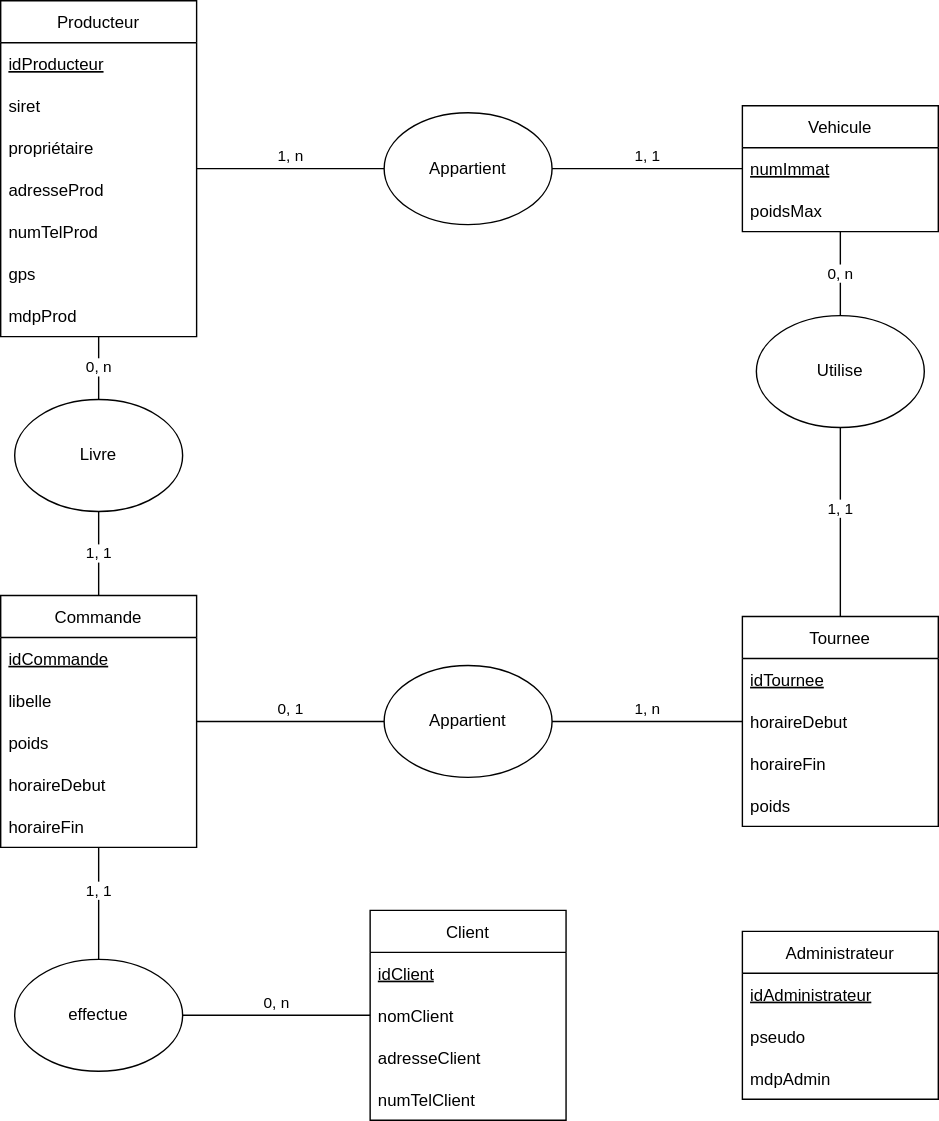
The draw.io diagram MCD/MCD.svg in g4bey/Gestionnaire-Distribution-Agricoles, before a commit. Source tidied: cells renumbered, new cells last; positions are measured from the earlier drawing's top-left corner, leaving out a move shared by most shapes.
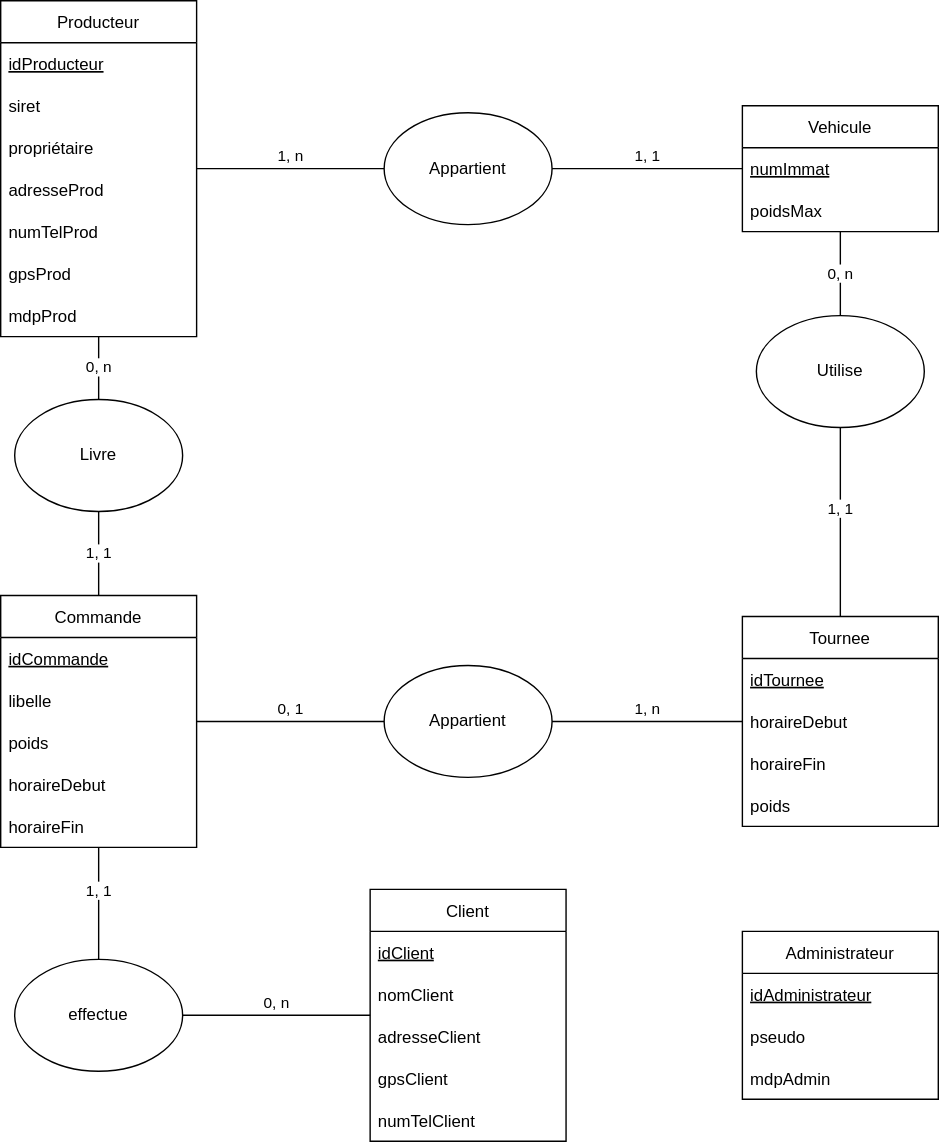
After the commit.

Commit message:
Ajout champ gps pour client

Diff of the diagram source:
```diff
@@ -3,7 +3,7 @@
     <mxCell id="0" />
     <mxCell id="1" parent="0" />
     <mxCell id="2" value="Client" style="swimlane;fontStyle=0;horizontal=1;startSize=30;" parent="1" vertex="1">
-      <mxGeometry x="264" y="650" width="140" height="150" as="geometry" />
+      <mxGeometry x="264" y="635" width="140" height="180" as="geometry" />
     </mxCell>
     <mxCell id="3" value="idClient" style="text;strokeColor=none;fillColor=none;align=left;verticalAlign=middle;spacingLeft=4;spacingRight=4;overflow=hidden;fontStyle=4;" parent="2" vertex="1">
       <mxGeometry y="30" width="140" height="30" as="geometry" />
@@ -14,8 +14,11 @@
     <mxCell id="5" value="adresseClient" style="text;strokeColor=none;fillColor=none;align=left;verticalAlign=middle;spacingLeft=4;spacingRight=4;overflow=hidden;" parent="2" vertex="1">
       <mxGeometry y="90" width="140" height="30" as="geometry" />
     </mxCell>
+    <mxCell id="48" value="gpsClient" style="text;strokeColor=none;fillColor=none;align=left;verticalAlign=middle;spacingLeft=4;spacingRight=4;overflow=hidden;" parent="2" vertex="1">
+      <mxGeometry y="120" width="140" height="30" as="geometry" />
+    </mxCell>
     <mxCell id="6" value="numTelClient" style="text;strokeColor=none;fillColor=none;align=left;verticalAlign=middle;spacingLeft=4;spacingRight=4;overflow=hidden;" parent="2" vertex="1">
-      <mxGeometry y="120" width="140" height="30" as="geometry" />
+      <mxGeometry y="150" width="140" height="30" as="geometry" />
     </mxCell>
     <mxCell id="7" value="Vehicule" style="swimlane;fontStyle=0;horizontal=1;startSize=30;" parent="1" vertex="1">
       <mxGeometry x="530" y="75" width="140" height="90" as="geometry" />
@@ -44,7 +47,7 @@
     <mxCell id="15" value="numTelProd" style="text;strokeColor=none;fillColor=none;align=left;verticalAlign=middle;spacingLeft=4;spacingRight=4;overflow=hidden;" parent="10" vertex="1">
       <mxGeometry y="150" width="140" height="30" as="geometry" />
     </mxCell>
-    <mxCell id="16" value="gps" style="text;strokeColor=none;fillColor=none;align=left;verticalAlign=middle;spacingLeft=4;spacingRight=4;overflow=hidden;" parent="10" vertex="1">
+    <mxCell id="16" value="gpsProd" style="text;strokeColor=none;fillColor=none;align=left;verticalAlign=middle;spacingLeft=4;spacingRight=4;overflow=hidden;" parent="10" vertex="1">
       <mxGeometry y="180" width="140" height="30" as="geometry" />
     </mxCell>
     <mxCell id="17" value="mdpProd" style="text;strokeColor=none;fillColor=none;align=left;verticalAlign=middle;spacingLeft=4;spacingRight=4;overflow=hidden;" parent="10" vertex="1">
```
